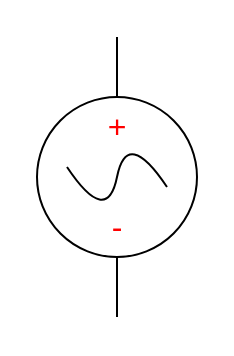
Before: src/SiteOverview/Assets/Power_Supply_Icon/Power_Supply_Icon.drawio in Lodigolden/Portfolio, a draw.io diagram. Source tidied: cells renumbered, new cells numbered last; positions are measured from the earlier drawing's top-left corner, leaving out a move shared by most shapes. Both pictures are drawn from the tidied source at 200%, with x=0, y=0 at pixel (36, 36).
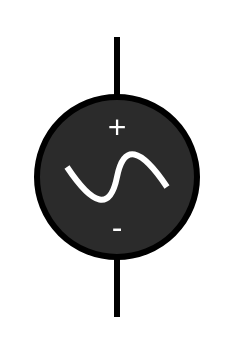
The same diagram, later.

The edit, as a diff of the source:
```diff
@@
 <mxGraphModel>
   <root>
     <mxCell id="0" />
     <mxCell id="1" parent="0" />
-    <mxCell id="2" style="ellipse;whiteSpace=wrap;html=1;" parent="1" vertex="1">
+    <mxCell id="2" style="ellipse;whiteSpace=wrap;html=1;strokeWidth=3;fillColor=#2B2B2B;" parent="1" vertex="1">
       <mxGeometry y="30" width="80" height="80" as="geometry" />
     </mxCell>
-    <mxCell id="3" style="curved=1;endArrow=none;html=1;rounded=0;endFill=0;" parent="1" edge="1">
+    <mxCell id="3" style="curved=1;endArrow=none;html=1;rounded=0;endFill=0;strokeWidth=3;strokeColor=#FFFFFF;" parent="1" edge="1">
       <mxGeometry relative="1" as="geometry">
         <mxPoint x="15" y="65" as="sourcePoint" />
         <mxPoint x="65" y="75" as="targetPoint" />
         <Array as="points">
           <mxPoint x="35" y="95" />
           <mxPoint x="45" y="45" />
         </Array>
       </mxGeometry>
     </mxCell>
-    <mxCell id="4" style="endArrow=none;html=1;rounded=0;" parent="1" edge="1">
+    <mxCell id="4" style="endArrow=none;html=1;rounded=0;strokeWidth=3;" parent="1" edge="1">
       <mxGeometry relative="1" as="geometry">
         <mxPoint x="40" y="30" as="sourcePoint" />
         <mxPoint x="40" as="targetPoint" />
       </mxGeometry>
     </mxCell>
-    <mxCell id="5" style="endArrow=none;html=1;rounded=0;" parent="1" edge="1">
+    <mxCell id="5" style="endArrow=none;html=1;rounded=0;strokeWidth=3;" parent="1" edge="1">
       <mxGeometry relative="1" as="geometry">
         <mxPoint x="40" y="140" as="sourcePoint" />
         <mxPoint x="40" y="110" as="targetPoint" />
       </mxGeometry>
     </mxCell>
-    <mxCell id="6" value="&lt;font style=&quot;font-size: 16px;&quot; color=&quot;#ff0000&quot;&gt;+&lt;/font&gt;" style="text;html=1;align=center;verticalAlign=middle;strokeColor=none;fillColor=none;" parent="1" vertex="1">
+    <mxCell id="6" value="&lt;font color=&quot;#ffffff&quot; style=&quot;font-size: 16px;&quot;&gt;+&lt;/font&gt;" style="text;html=1;align=center;verticalAlign=middle;" parent="1" vertex="1">
       <mxGeometry x="25" y="30" width="30" height="30" as="geometry" />
     </mxCell>
-    <mxCell id="7" value="&lt;font style=&quot;font-size: 16px;&quot; color=&quot;#ff0000&quot;&gt;-&lt;/font&gt;" style="text;html=1;align=center;verticalAlign=middle;strokeColor=none;fillColor=none;" parent="1" vertex="1">
+    <mxCell id="7" value="&lt;font color=&quot;#ffffff&quot; style=&quot;font-size: 16px;&quot;&gt;-&lt;/font&gt;" style="text;html=1;align=center;verticalAlign=middle;strokeColor=none;fillColor=none;" parent="1" vertex="1">
       <mxGeometry x="25" y="80" width="30" height="30" as="geometry" />
     </mxCell>
   </root>
 </mxGraphModel>
```
